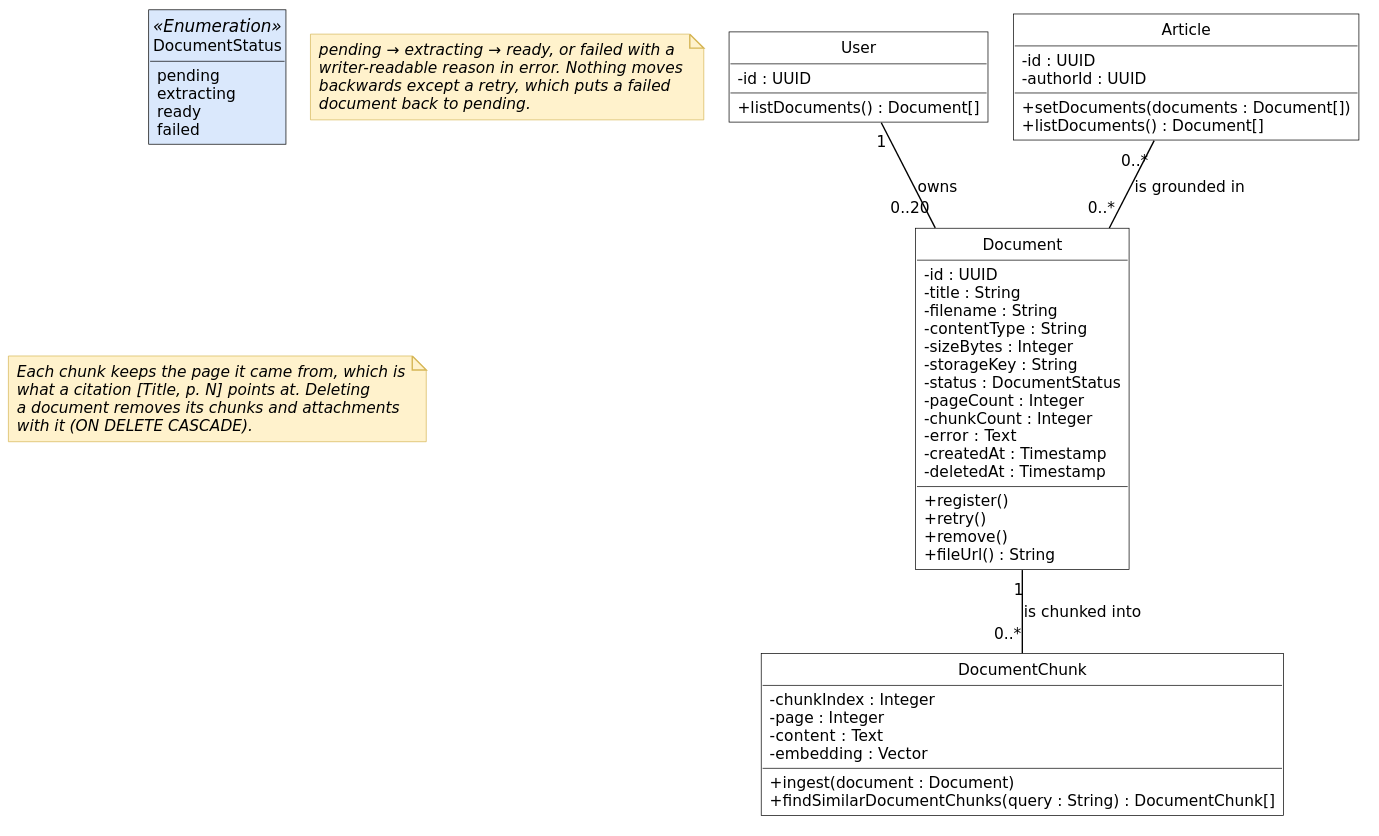
The PlantUML diagram diagrams/fig-7-8-classes-sprint-9/fig-7-8-classes-sprint-9.svg in inkwell-dev/spec.inkwell.ai, before a commit.
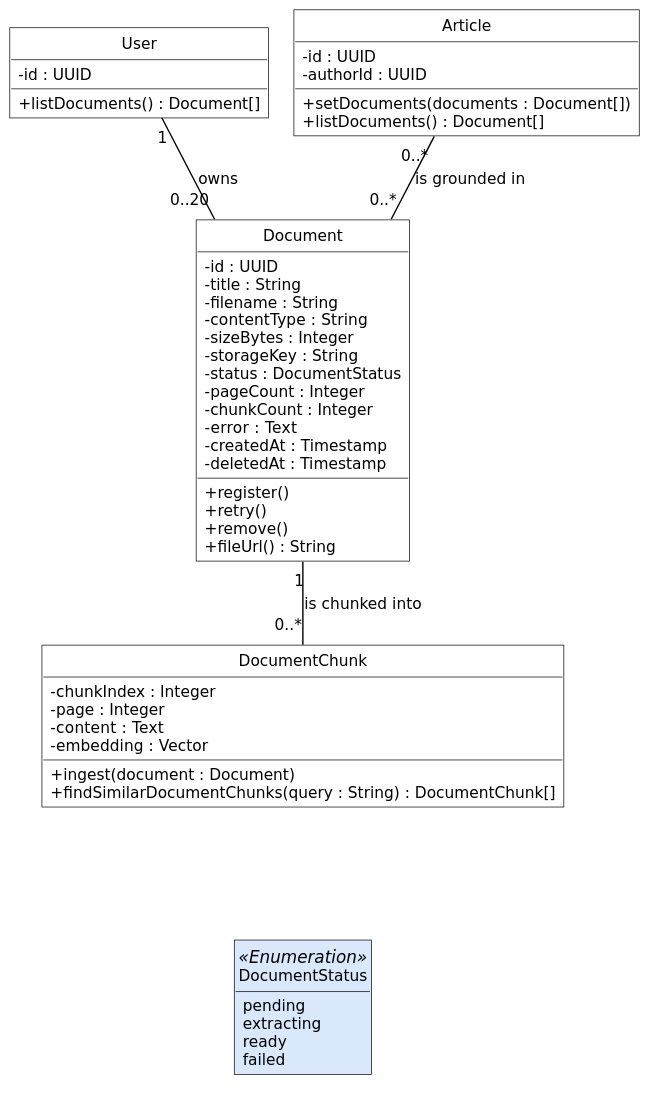
The same file after the commit.

Diff of the diagram source:
```diff
@@ -53,17 +53,5 @@
 Document "1" -- "0..*" DocumentChunk : is chunked into
 Article "0..*" -- "0..*" Document : is grounded in
 
-note as N1
-  pending → extracting → ready, or failed with a
-  writer-readable reason in error. Nothing moves
-  backwards except a retry, which puts a failed
-  document back to pending.
-end note
-
-note as N2
-  Each chunk keeps the page it came from, which is
-  what a citation [Title, p. N] points at. Deleting
-  a document removes its chunks and attachments
-  with it (ON DELETE CASCADE).
-end note
+DocumentChunk -[hidden]-- DocumentStatus
 @enduml
```
